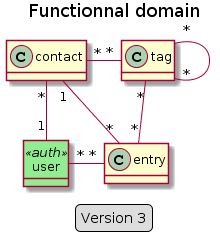
Earlier version of the PlantUML export doc/data_model/functional_model_light.png (freezed/ocp13). The source it was exported from:
```plantuml
@startuml
title Functionnal domain

hide <<auth>> circle
hide empty methods
skinparam class {
    BackgroundColor<<auth>> lightgreen
}


class contact
class entry
class tag
class user <<auth>>


contact "1" -- "*" entry
contact "*" - "*" tag
tag "*" -- "*" entry
tag "*" - "*" tag
contact "*" -- "1" user
user "*" - "*" entry

legend
    Version 3
endlegend
@enduml
```
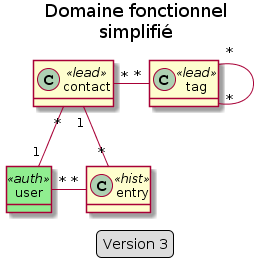
Above is the later version.

Commit message:
Add packages on data model images

The edit, as a diff of the source:
```diff
@@ -1,5 +1,5 @@
 @startuml
-title Functionnal domain
+title Domaine fonctionnel\nsimplifié
 
 hide <<auth>> circle
 hide empty methods
@@ -8,18 +8,18 @@
 }
 
 
-class contact
-class entry
-class tag
+class contact <<lead>>
+class entry <<hist>>
+class tag <<lead>>
 class user <<auth>>
 
 
 contact "1" -- "*" entry
-contact "*" - "*" tag
-tag "*" -- "*" entry
-tag "*" - "*" tag
 contact "*" -- "1" user
 user "*" - "*" entry
+
+tag "*" - "*" tag
+contact "*" - "*" tag
 
 legend
     Version 3
```
